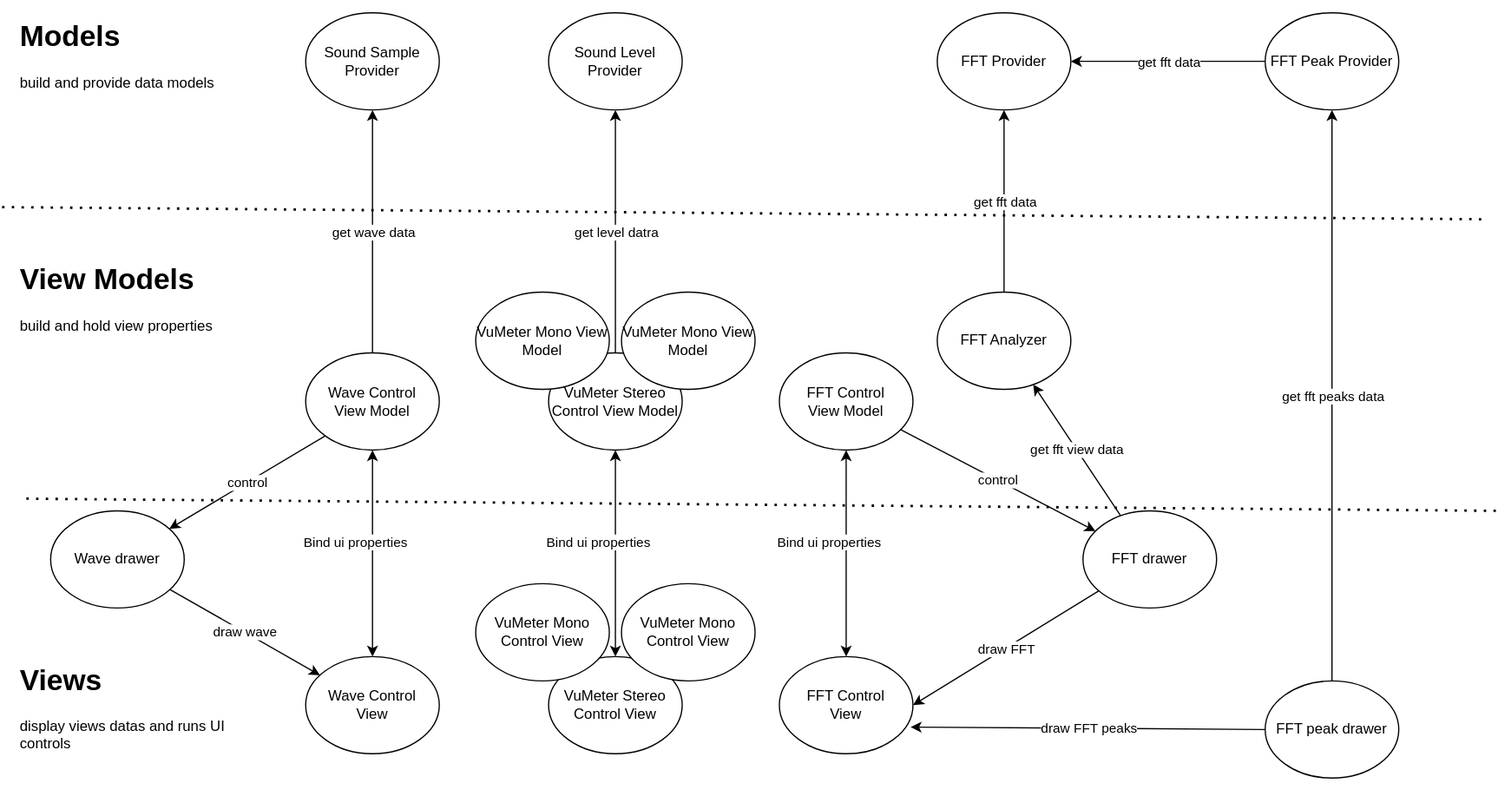
Before: Doc/Untitled Diagram.drawio.svg, a diagram exported from draw.io (franck-gaspoz/WindowsAudioSessionSample). Source tidied: cells renumbered, new cells last; positions are measured from the earlier drawing's top-left corner, leaving out a move shared by most shapes.
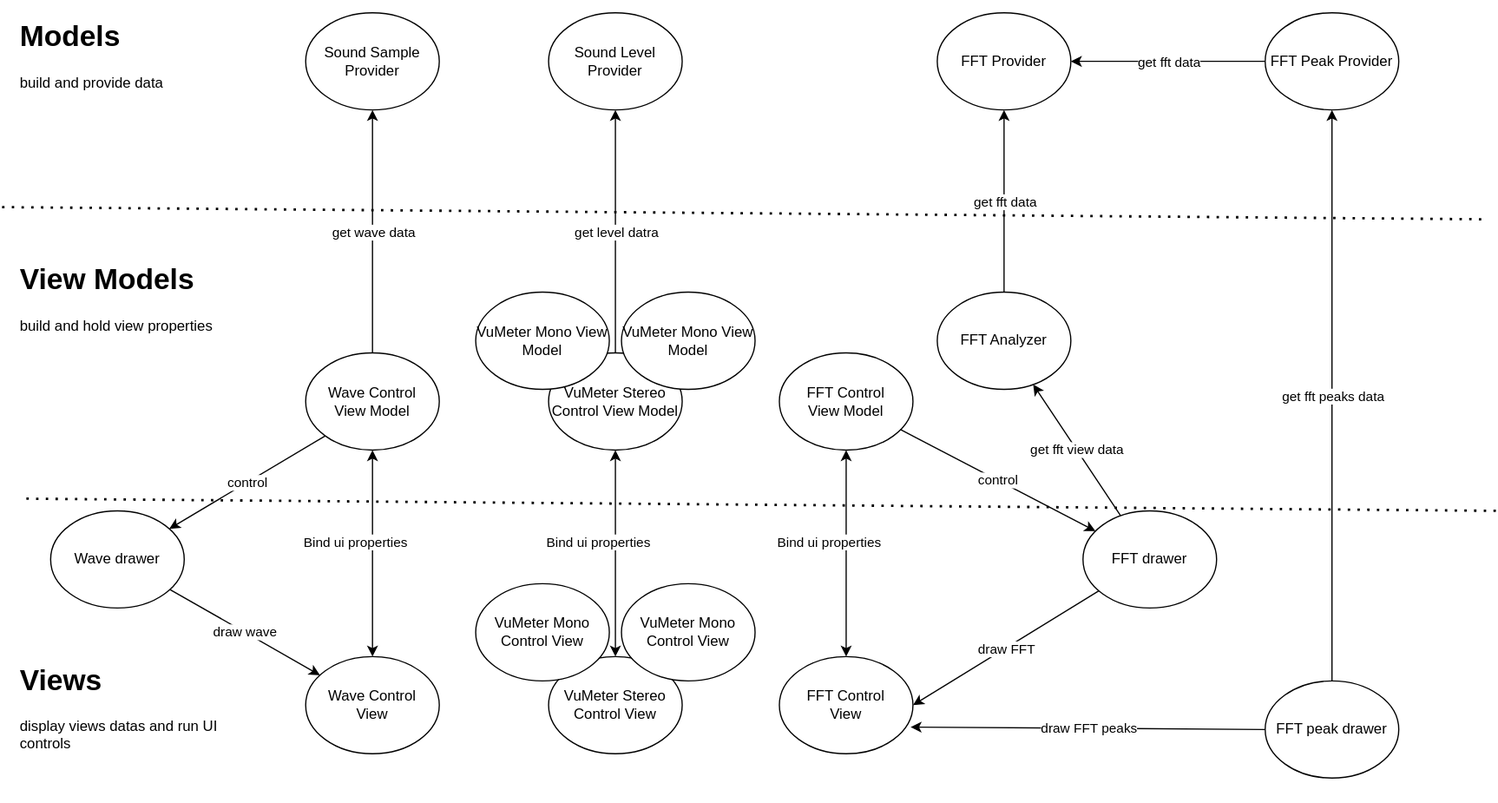
After the commit.

Change to the diagram source:
```diff
@@ -163,10 +163,10 @@
     <mxCell id="50" value="&lt;h1&gt;View Models&lt;br&gt;&lt;/h1&gt;&lt;p&gt;build and hold view properties&lt;br&gt;&lt;/p&gt;" style="text;html=1;strokeColor=none;fillColor=none;spacing=5;spacingTop=-20;whiteSpace=wrap;overflow=hidden;rounded=0;" parent="1" vertex="1">
       <mxGeometry x="10" y="200" width="190" height="120" as="geometry" />
     </mxCell>
-    <mxCell id="51" value="&lt;h1&gt;Models&lt;br&gt;&lt;/h1&gt;&lt;p&gt;build and provide data models&lt;br&gt;&lt;/p&gt;" style="text;html=1;strokeColor=none;fillColor=none;spacing=5;spacingTop=-20;whiteSpace=wrap;overflow=hidden;rounded=0;" parent="1" vertex="1">
+    <mxCell id="51" value="&lt;h1&gt;Models&lt;br&gt;&lt;/h1&gt;&lt;p&gt;build and provide data&lt;br&gt;&lt;/p&gt;" style="text;html=1;strokeColor=none;fillColor=none;spacing=5;spacingTop=-20;whiteSpace=wrap;overflow=hidden;rounded=0;" parent="1" vertex="1">
       <mxGeometry x="10" width="190" height="120" as="geometry" />
     </mxCell>
-    <mxCell id="52" value="&lt;h1&gt;Views&lt;br&gt;&lt;/h1&gt;&lt;p&gt;display views datas and runs UI controls&lt;/p&gt;" style="text;html=1;strokeColor=none;fillColor=none;spacing=5;spacingTop=-20;whiteSpace=wrap;overflow=hidden;rounded=0;" parent="1" vertex="1">
+    <mxCell id="52" value="&lt;h1&gt;Views&lt;br&gt;&lt;/h1&gt;&lt;p&gt;display views datas and run UI controls&lt;/p&gt;" style="text;html=1;strokeColor=none;fillColor=none;spacing=5;spacingTop=-20;whiteSpace=wrap;overflow=hidden;rounded=0;" parent="1" vertex="1">
       <mxGeometry x="10" y="530" width="190" height="120" as="geometry" />
     </mxCell>
   </root>
```
